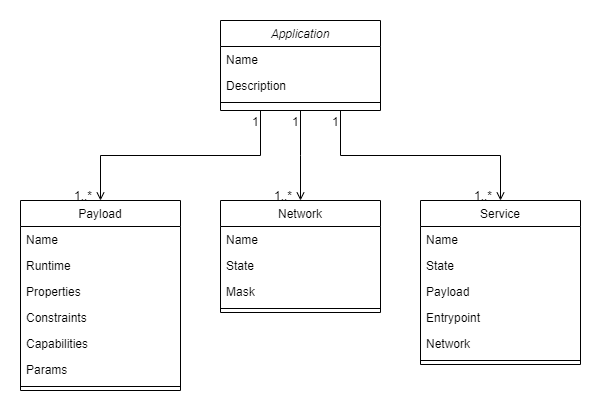
Earlier version of the draw.io export gaps/gap-16_golem_compose/gaom.drawio.png (golemfactory/golem-architecture). Source tidied: cells renumbered, new cells last; positions are measured from the earlier drawing's top-left corner, leaving out a move shared by most shapes.
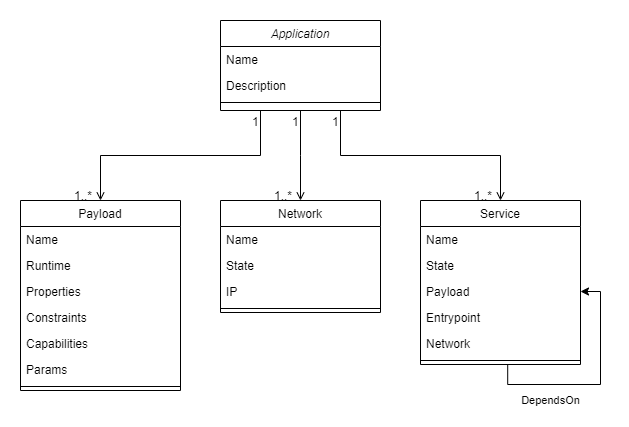
The same diagram one commit later.

The edit, as a diff of the source:
```diff
@@ -23,6 +23,15 @@
     <mxCell id="8" value="State" style="text;align=left;verticalAlign=top;spacingLeft=4;spacingRight=4;overflow=hidden;" parent="6" vertex="1">
       <mxGeometry y="52" width="160" height="26" as="geometry" />
     </mxCell>
+    <mxCell id="35" value="DependsOn" style="edgeStyle=orthogonalEdgeStyle;rounded=0;jettySize=auto;html=1;entryX=1;entryY=0.5;entryDx=0;entryDy=0;exitX=0.545;exitY=0.944;exitDx=0;exitDy=0;exitPerimeter=0;" parent="6" edge="1" source="12" target="9">
+      <mxGeometry x="-0.44" y="-16" relative="1" as="geometry">
+        <Array as="points">
+          <mxPoint x="87" y="184" />
+          <mxPoint x="180" y="184" />
+          <mxPoint x="180" y="91" />
+        </Array>
+      </mxGeometry>
+    </mxCell>
     <mxCell id="9" value="Payload" style="text;align=left;verticalAlign=top;spacingLeft=4;spacingRight=4;overflow=hidden;points=[[0,0.5],[1,0.5]];portConstraint=eastwest;rounded=0;shadow=0;html=0;" parent="6" vertex="1">
       <mxGeometry y="78" width="160" height="26" as="geometry" />
     </mxCell>
@@ -44,7 +53,7 @@
     <mxCell id="15" value="State" style="text;align=left;verticalAlign=top;spacingLeft=4;spacingRight=4;overflow=hidden;" parent="13" vertex="1">
       <mxGeometry y="52" width="160" height="26" as="geometry" />
     </mxCell>
-    <mxCell id="16" value="Mask" style="text;align=left;verticalAlign=top;spacingLeft=4;spacingRight=4;overflow=hidden;" parent="13" vertex="1">
+    <mxCell id="16" value="IP" style="text;align=left;verticalAlign=top;spacingLeft=4;spacingRight=4;overflow=hidden;" parent="13" vertex="1">
       <mxGeometry y="78" width="160" height="26" as="geometry" />
     </mxCell>
     <mxCell id="17" style="line;html=1;strokeWidth=1;align=left;verticalAlign=middle;spacingTop=-1;spacingLeft=3;spacingRight=3;labelPosition=right;" parent="13" vertex="1">
```
